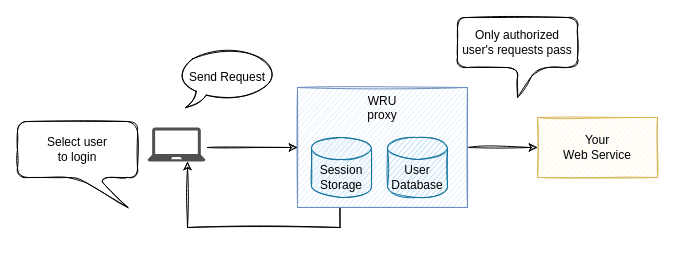
This is page "dev-mode" (1 of 3) of doc/dialogs.drawio from future-architect/future-wru, a draw.io file, before an edit. Source tidied: cells renumbered, new cells numbered last; positions are measured from the earlier drawing's top-left corner, leaving out a move shared by most shapes. Both pictures are drawn from the tidied source at 100%, with x=0, y=0 at pixel (17, 17).
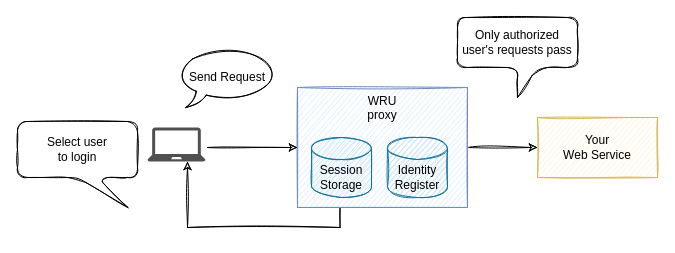
Above is the later version.

Diff of the diagram source:
```diff
@@
 <mxGraphModel>
   <root>
     <mxCell id="0" />
     <mxCell id="1" parent="0" />
     <mxCell id="2" style="edgeStyle=orthogonalEdgeStyle;rounded=0;jettySize=auto;html=1;exitX=1;exitY=0.5;exitDx=0;exitDy=0;sketch=1;" parent="1" edge="1" source="4" target="6">
       <mxGeometry relative="1" as="geometry" />
     </mxCell>
     <mxCell id="3" style="edgeStyle=orthogonalEdgeStyle;rounded=0;sketch=1;jettySize=auto;html=1;exitX=0.25;exitY=1;exitDx=0;exitDy=0;" parent="1" edge="1" source="4" target="10">
       <mxGeometry relative="1" as="geometry">
         <Array as="points">
           <mxPoint x="323" y="210" />
           <mxPoint x="170" y="210" />
         </Array>
       </mxGeometry>
     </mxCell>
     <mxCell id="4" value="WRU&lt;br&gt;proxy" style="rounded=0;whiteSpace=wrap;html=1;fillColor=#dae8fc;strokeColor=#6c8ebf;verticalAlign=top;sketch=1;" parent="1" vertex="1">
       <mxGeometry x="280" y="70" width="170" height="120" as="geometry" />
     </mxCell>
     <mxCell id="5" style="endArrow=classic;html=1;entryX=0;entryY=0.5;entryDx=0;entryDy=0;sketch=1;" parent="1" edge="1" target="4">
       <mxGeometry relative="1" as="geometry">
         <mxPoint x="190" y="130" as="sourcePoint" />
       </mxGeometry>
     </mxCell>
     <mxCell id="6" value="Your&lt;br&gt;Web Service" style="rounded=0;whiteSpace=wrap;html=1;fillColor=#fff2cc;strokeColor=#d6b656;sketch=1;" parent="1" vertex="1">
       <mxGeometry x="520" y="100" width="120" height="60" as="geometry" />
     </mxCell>
     <mxCell id="7" value="Session&lt;br&gt;Storage" style="shape=cylinder3;whiteSpace=wrap;html=1;boundedLbl=1;backgroundOutline=1;size=11;fillColor=#b1ddf0;strokeColor=#10739e;sketch=1;" parent="1" vertex="1">
       <mxGeometry x="294" y="120" width="60" height="60" as="geometry" />
     </mxCell>
-    <mxCell id="8" value="User&lt;br&gt;Database" style="shape=cylinder3;whiteSpace=wrap;html=1;boundedLbl=1;backgroundOutline=1;size=11;fillColor=#b1ddf0;strokeColor=#10739e;sketch=1;" parent="1" vertex="1">
+    <mxCell id="8" value="Identity&lt;br&gt;Register" style="shape=cylinder3;whiteSpace=wrap;html=1;boundedLbl=1;backgroundOutline=1;size=11;fillColor=#b1ddf0;strokeColor=#10739e;sketch=1;" parent="1" vertex="1">
       <mxGeometry x="370" y="120" width="60" height="60" as="geometry" />
     </mxCell>
     <mxCell id="9" value="Send Request" style="whiteSpace=wrap;html=1;shape=mxgraph.basic.oval_callout;sketch=1;" parent="1" vertex="1">
       <mxGeometry x="160" y="30" width="100" height="60" as="geometry" />
     </mxCell>
     <mxCell id="10" style="shadow=0;dashed=0;html=1;strokeColor=none;fillColor=#505050;labelPosition=center;verticalLabelPosition=bottom;verticalAlign=top;outlineConnect=0;align=center;shape=mxgraph.office.devices.laptop;sketch=0;" parent="1" vertex="1">
       <mxGeometry x="130" y="110" width="58" height="34" as="geometry" />
     </mxCell>
     <mxCell id="11" value="Only authorized user's requests pass" style="shape=callout;whiteSpace=wrap;html=1;perimeter=calloutPerimeter;sketch=1;rounded=1;" parent="1" vertex="1">
       <mxGeometry x="440" width="120" height="80" as="geometry" />
     </mxCell>
     <mxCell id="12" value="Select user&lt;br&gt;to login" style="shape=callout;whiteSpace=wrap;html=1;perimeter=calloutPerimeter;sketch=1;rounded=1;position2=0.92;" parent="1" vertex="1">
       <mxGeometry y="104" width="120" height="86" as="geometry" />
     </mxCell>
   </root>
 </mxGraphModel>
```
